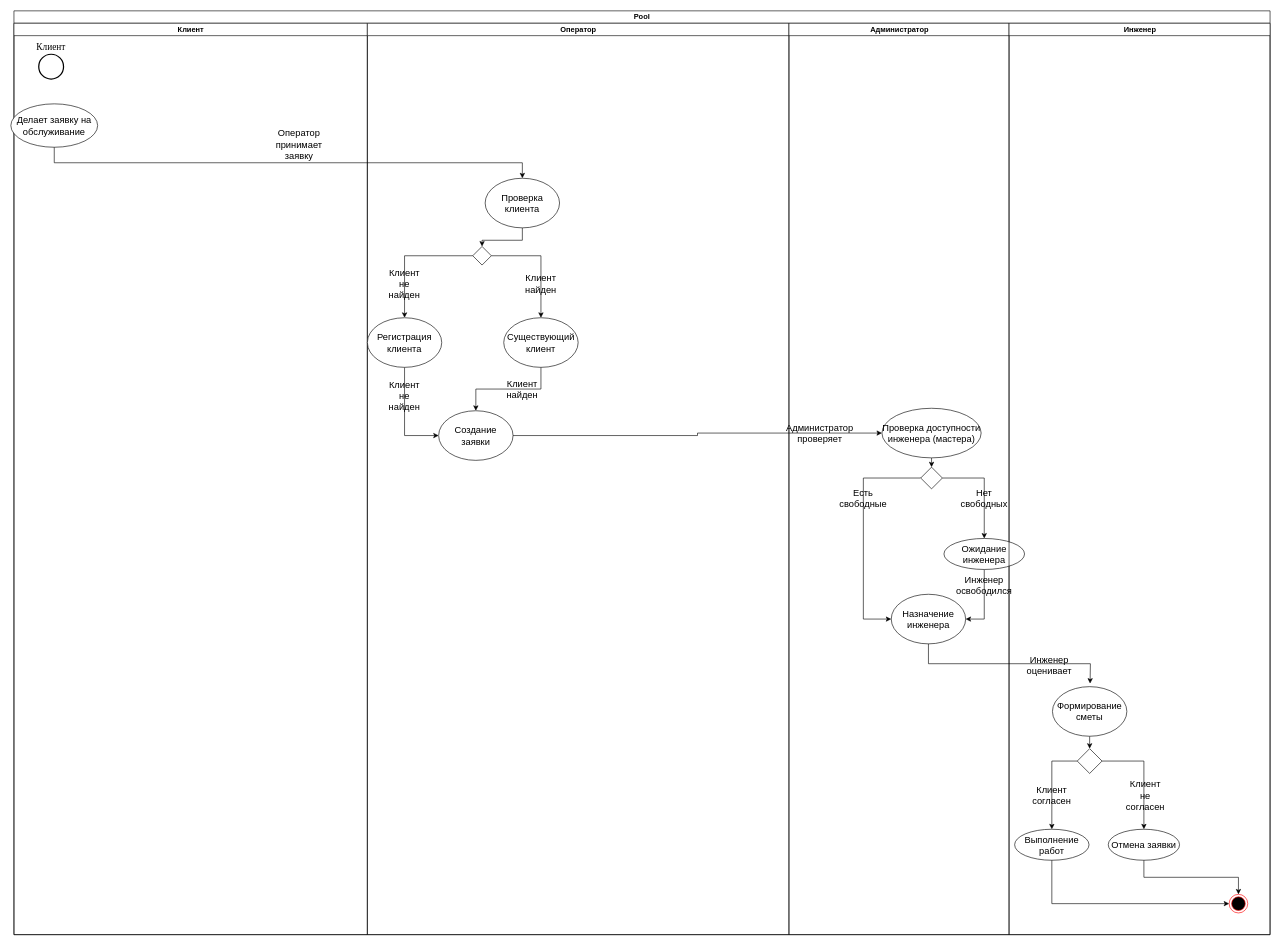
Earlier version of the draw.io diagram Диаграмма деятельности БД.drawio (HoveringTurtle/testrep). Source tidied: cells renumbered, new cells numbered last; positions are measured from the earlier drawing's top-left corner, leaving out a move shared by most shapes. Both pictures are drawn from the tidied source at 62%, with x=0, y=0 at pixel (11, 11).
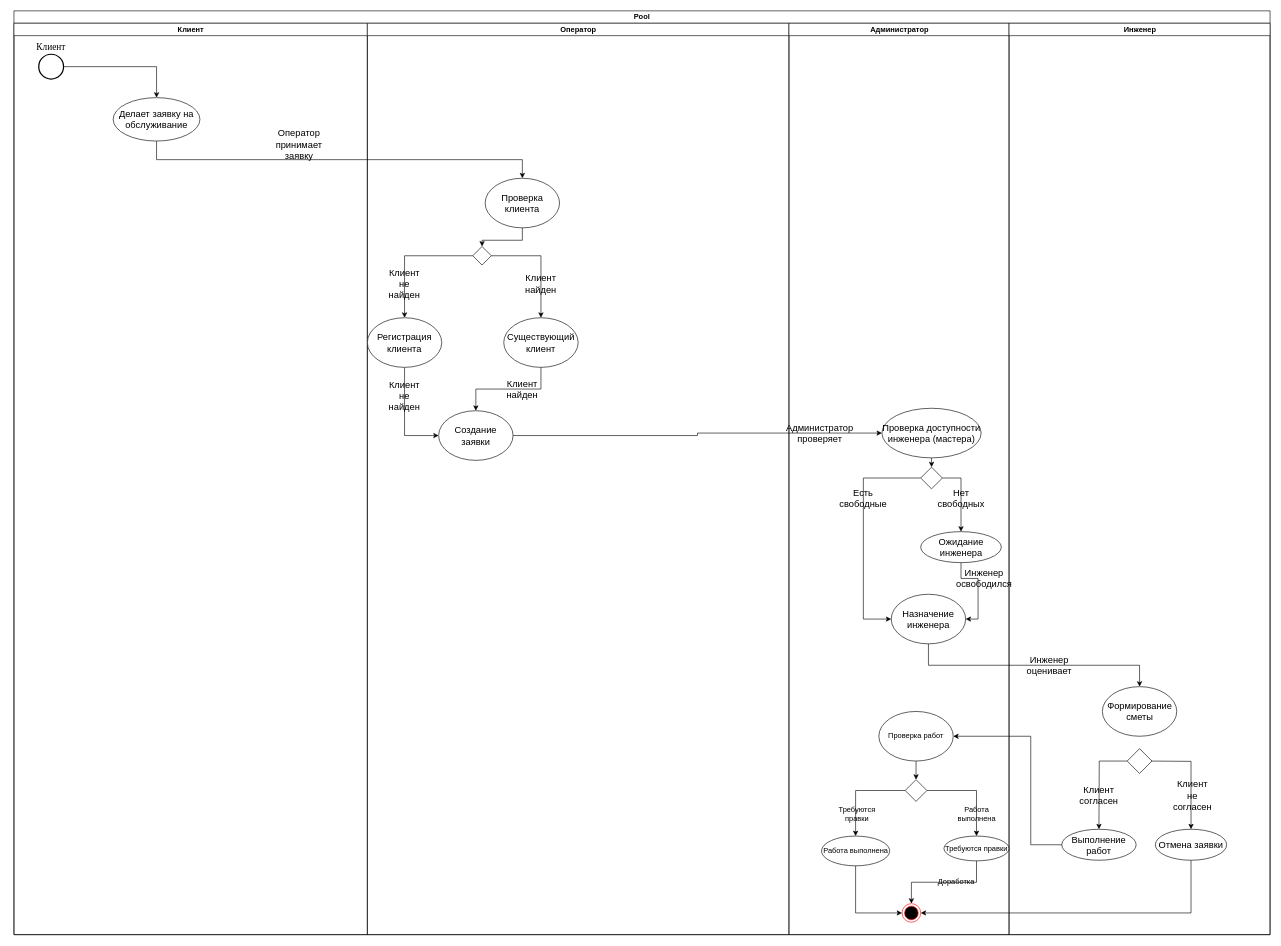
Above is the later version.

Unchanged cells that the change refers to:
```xml
<mxCell id="2" value="Pool" style="swimlane;html=1;startSize=20;whiteSpace=wrap;" parent="1" vertex="1">
  <mxGeometry x="5" width="2026" height="1490" as="geometry" />
</mxCell>
<mxCell id="3" value="Клиент" style="swimlane;html=1;startSize=20;" parent="2" vertex="1">
  <mxGeometry y="20" width="570" height="1470" as="geometry" />
</mxCell>
<mxCell id="4" value="&lt;font face=&quot;Times New Roman&quot;&gt;Клиент&lt;/font&gt;" style="strokeWidth=2;html=1;shape=mxgraph.flowchart.start_2;whiteSpace=wrap;labelPosition=center;verticalLabelPosition=top;align=center;verticalAlign=bottom;fontSize=15;" parent="3" vertex="1">
  <mxGeometry x="40" y="50" width="40" height="40" as="geometry" />
</mxCell>
<mxCell id="9" value="Проверка клиента" style="ellipse;whiteSpace=wrap;html=1;fontSize=15;" parent="7" vertex="1">
  <mxGeometry x="190" y="250" width="120" height="80" as="geometry" />
</mxCell>
<mxCell id="17" value="Создание заявки" style="ellipse;whiteSpace=wrap;html=1;fontSize=15;" parent="7" vertex="1">
  <mxGeometry x="115" y="625" width="120" height="80" as="geometry" />
</mxCell>
<mxCell id="22" value="Администратор" style="swimlane;html=1;startSize=20;" parent="2" vertex="1">
  <mxGeometry x="1250" y="20" width="355" height="1470" as="geometry" />
</mxCell>
<mxCell id="24" value="Проверка доступности инженера (мастера)" style="ellipse;whiteSpace=wrap;html=1;fontSize=15;" parent="22" vertex="1">
  <mxGeometry x="150" y="621" width="160" height="80" as="geometry" />
</mxCell>
<mxCell id="34" value="Назначение инженера" style="ellipse;whiteSpace=wrap;html=1;fontSize=15;" parent="22" vertex="1">
  <mxGeometry x="165" y="921" width="120" height="80" as="geometry" />
</mxCell>
<mxCell id="35" value="Инженер" style="swimlane;html=1;startSize=20;" parent="2" vertex="1">
  <mxGeometry x="1605" y="20" width="421" height="1470" as="geometry" />
</mxCell>
```

Diff of the diagram source:
```diff
@@
+    <mxCell id="52" style="edgeStyle=orthogonalEdgeStyle;rounded=0;jettySize=auto;html=1;exitX=1;exitY=0.5;exitDx=0;exitDy=0;exitPerimeter=0;entryX=0.5;entryY=0;entryDx=0;entryDy=0;" parent="3" edge="1" source="4" target="5">
+      <mxGeometry relative="1" as="geometry" />
+    </mxCell>
@@
     <mxCell id="5" value="Делает заявку на обслуживание" style="ellipse;whiteSpace=wrap;html=1;fontSize=15;" parent="3" vertex="1">
-      <mxGeometry x="-5" y="130" width="140" height="70" as="geometry" />
+      <mxGeometry x="160" y="120" width="140" height="70" as="geometry" />
     </mxCell>
@@
     <mxCell id="26" value="Нет свободных" style="text;html=1;align=center;verticalAlign=middle;whiteSpace=wrap;rounded=0;fontSize=15;" parent="22" vertex="1">
-      <mxGeometry x="285" y="751" width="60" height="30" as="geometry" />
+      <mxGeometry x="247.5" y="751" width="60" height="30" as="geometry" />
     </mxCell>
@@
     <mxCell id="29" value="Ожидание инженера" style="ellipse;whiteSpace=wrap;html=1;fontSize=15;" parent="22" vertex="1">
-      <mxGeometry x="250" y="831" width="130" height="50" as="geometry" />
+      <mxGeometry x="212.5" y="820" width="130" height="50" as="geometry" />
     </mxCell>
@@
     <mxCell id="33" value="Инженер освободился" style="text;html=1;align=center;verticalAlign=middle;whiteSpace=wrap;rounded=0;fontSize=15;" parent="22" vertex="1">
-      <mxGeometry x="285" y="891" width="60" height="30" as="geometry" />
+      <mxGeometry x="285" y="880" width="60" height="30" as="geometry" />
     </mxCell>
@@
+    <mxCell id="46" style="ellipse;html=1;shape=endState;fillColor=#000000;strokeColor=#ff0000;fontSize=15;" parent="22" vertex="1">
+      <mxGeometry x="182.5" y="1420" width="30" height="30" as="geometry" />
+    </mxCell>
+    <mxCell id="53" style="edgeStyle=orthogonalEdgeStyle;rounded=0;jettySize=auto;html=1;exitX=0.5;exitY=1;exitDx=0;exitDy=0;entryX=0.5;entryY=0;entryDx=0;entryDy=0;" parent="22" edge="1" source="54" target="57">
+      <mxGeometry relative="1" as="geometry" />
+    </mxCell>
+    <mxCell id="54" value="Проверка работ" style="ellipse;whiteSpace=wrap;html=1;" parent="22" vertex="1">
+      <mxGeometry x="145" y="1110" width="120" height="80" as="geometry" />
+    </mxCell>
+    <mxCell id="55" style="edgeStyle=orthogonalEdgeStyle;rounded=0;jettySize=auto;html=1;exitX=0;exitY=0.5;exitDx=0;exitDy=0;entryX=0.5;entryY=0;entryDx=0;entryDy=0;" parent="22" edge="1" source="57" target="59">
+      <mxGeometry relative="1" as="geometry" />
+    </mxCell>
+    <mxCell id="56" style="edgeStyle=orthogonalEdgeStyle;rounded=0;jettySize=auto;html=1;exitX=1;exitY=0.5;exitDx=0;exitDy=0;entryX=0.5;entryY=0;entryDx=0;entryDy=0;" parent="22" edge="1" source="57" target="61">
+      <mxGeometry relative="1" as="geometry" />
+    </mxCell>
+    <mxCell id="57" style="rhombus;whiteSpace=wrap;html=1;" parent="22" vertex="1">
+      <mxGeometry x="187.5" y="1220" width="35" height="35" as="geometry" />
+    </mxCell>
+    <mxCell id="58" style="edgeStyle=orthogonalEdgeStyle;rounded=0;jettySize=auto;html=1;exitX=0.5;exitY=1;exitDx=0;exitDy=0;entryX=0;entryY=0.5;entryDx=0;entryDy=0;" parent="22" edge="1" source="59" target="46">
+      <mxGeometry relative="1" as="geometry" />
+    </mxCell>
+    <mxCell id="59" value="Работа выполнена" style="ellipse;whiteSpace=wrap;html=1;" parent="22" vertex="1">
+      <mxGeometry x="52.5" y="1311" width="110" height="48" as="geometry" />
+    </mxCell>
+    <mxCell id="60" style="edgeStyle=orthogonalEdgeStyle;rounded=0;jettySize=auto;html=1;exitX=0.5;exitY=1;exitDx=0;exitDy=0;entryX=0.5;entryY=0;entryDx=0;entryDy=0;" parent="22" edge="1" source="61" target="46">
+      <mxGeometry relative="1" as="geometry" />
+    </mxCell>
+    <mxCell id="61" value="Требуются правки" style="ellipse;whiteSpace=wrap;html=1;" parent="22" vertex="1">
+      <mxGeometry x="250" y="1311" width="105" height="40" as="geometry" />
+    </mxCell>
+    <mxCell id="62" value="Требуются правки" style="text;html=1;align=center;verticalAlign=middle;whiteSpace=wrap;rounded=0;" parent="22" vertex="1">
+      <mxGeometry x="80" y="1260" width="60" height="30" as="geometry" />
+    </mxCell>
+    <mxCell id="63" value="Работа выполнена" style="text;html=1;align=center;verticalAlign=middle;whiteSpace=wrap;rounded=0;" parent="22" vertex="1">
+      <mxGeometry x="272.5" y="1260" width="60" height="30" as="geometry" />
+    </mxCell>
+    <mxCell id="64" value="Доработка" style="text;html=1;align=center;verticalAlign=middle;whiteSpace=wrap;rounded=0;" parent="22" vertex="1">
+      <mxGeometry x="240" y="1370" width="60" height="30" as="geometry" />
+    </mxCell>
+    <mxCell id="50" style="edgeStyle=orthogonalEdgeStyle;rounded=0;jettySize=auto;html=1;exitX=0.5;exitY=1;exitDx=0;exitDy=0;entryX=0.5;entryY=0;entryDx=0;entryDy=0;fontSize=15;" parent="2" edge="1" source="5" target="9">
+      <mxGeometry relative="1" as="geometry" />
+    </mxCell>
+    <mxCell id="51" style="edgeStyle=orthogonalEdgeStyle;rounded=0;jettySize=auto;html=1;exitX=1;exitY=0.5;exitDx=0;exitDy=0;entryX=0;entryY=0.5;entryDx=0;entryDy=0;fontSize=15;" parent="2" edge="1" source="17" target="24">
+      <mxGeometry relative="1" as="geometry" />
+    </mxCell>
+    <mxCell id="48" style="edgeStyle=orthogonalEdgeStyle;rounded=0;jettySize=auto;html=1;exitX=0.5;exitY=1;exitDx=0;exitDy=0;entryX=1;entryY=0.5;entryDx=0;entryDy=0;" parent="2" edge="1" source="44" target="46">
+      <mxGeometry relative="1" as="geometry" />
+    </mxCell>
+    <mxCell id="36" style="edgeStyle=orthogonalEdgeStyle;rounded=0;jettySize=auto;html=1;exitX=0.5;exitY=1;exitDx=0;exitDy=0;entryX=0.5;entryY=0;entryDx=0;entryDy=0;" parent="2" edge="1" source="34" target="38">
+      <mxGeometry relative="1" as="geometry" />
+    </mxCell>
@@
-    <mxCell id="36" style="edgeStyle=orthogonalEdgeStyle;rounded=0;jettySize=auto;html=1;exitX=0.5;exitY=1;exitDx=0;exitDy=0;" parent="35" edge="1" source="34">
-      <mxGeometry relative="1" as="geometry">
-        <mxPoint x="130.7" y="1065" as="targetPoint" />
-      </mxGeometry>
-    </mxCell>
-    <mxCell id="37" style="edgeStyle=orthogonalEdgeStyle;rounded=0;jettySize=auto;html=1;exitX=0.5;exitY=1;exitDx=0;exitDy=0;entryX=0.5;entryY=0;entryDx=0;entryDy=0;fontSize=15;" parent="35" edge="1" source="38" target="42">
-      <mxGeometry relative="1" as="geometry" />
-    </mxCell>
     <mxCell id="38" value="Формирование сметы" style="ellipse;whiteSpace=wrap;html=1;fontSize=15;" parent="35" vertex="1">
-      <mxGeometry x="70" y="1070" width="120" height="80" as="geometry" />
+      <mxGeometry x="150.5" y="1070" width="120" height="80" as="geometry" />
     </mxCell>
@@
-    <mxCell id="40" style="edgeStyle=orthogonalEdgeStyle;rounded=0;jettySize=auto;html=1;exitX=1;exitY=0.5;exitDx=0;exitDy=0;entryX=0.5;entryY=0;entryDx=0;entryDy=0;fontSize=15;" parent="35" edge="1" source="42" target="44">
-      <mxGeometry relative="1" as="geometry" />
+    <mxCell id="40" style="edgeStyle=orthogonalEdgeStyle;rounded=0;jettySize=auto;html=1;exitX=1;exitY=0.5;exitDx=0;exitDy=0;entryX=0.5;entryY=0;entryDx=0;entryDy=0;fontSize=15;" parent="35" edge="1" target="44">
+      <mxGeometry relative="1" as="geometry">
+        <mxPoint x="226" y="1190" as="sourcePoint" />
+      </mxGeometry>
     </mxCell>
-    <mxCell id="41" style="edgeStyle=orthogonalEdgeStyle;rounded=0;jettySize=auto;html=1;exitX=0;exitY=0.5;exitDx=0;exitDy=0;entryX=0.5;entryY=0;entryDx=0;entryDy=0;" parent="35" edge="1" source="42" target="45">
-      <mxGeometry relative="1" as="geometry" />
+    <mxCell id="41" style="edgeStyle=orthogonalEdgeStyle;rounded=0;jettySize=auto;html=1;exitX=0;exitY=0.5;exitDx=0;exitDy=0;entryX=0.5;entryY=0;entryDx=0;entryDy=0;" parent="35" edge="1" source="42">
+      <mxGeometry relative="1" as="geometry">
+        <mxPoint x="145" y="1300" as="targetPoint" />
+      </mxGeometry>
     </mxCell>
     <mxCell id="42" style="rhombus;whiteSpace=wrap;html=1;fontSize=15;" parent="35" vertex="1">
-      <mxGeometry x="110" y="1170" width="40" height="40" as="geometry" />
+      <mxGeometry x="190.5" y="1170" width="40" height="40" as="geometry" />
     </mxCell>
     <mxCell id="43" value="Клиент не согласен" style="text;html=1;align=center;verticalAlign=middle;whiteSpace=wrap;rounded=0;fontSize=15;" parent="35" vertex="1">
-      <mxGeometry x="190" y="1230" width="60" height="30" as="geometry" />
+      <mxGeometry x="266" y="1230" width="60" height="30" as="geometry" />
     </mxCell>
     <mxCell id="44" value="Отмена заявки" style="ellipse;whiteSpace=wrap;html=1;fontSize=15;" parent="35" vertex="1">
-      <mxGeometry x="160" y="1300" width="115" height="50" as="geometry" />
+      <mxGeometry x="236" y="1300" width="115" height="50" as="geometry" />
     </mxCell>
     <mxCell id="45" value="Выполнение работ" style="ellipse;whiteSpace=wrap;html=1;fontSize=15;" parent="35" vertex="1">
-      <mxGeometry x="9" y="1300" width="120" height="50" as="geometry" />
+      <mxGeometry x="85" y="1300" width="120" height="50" as="geometry" />
     </mxCell>
-    <mxCell id="46" style="ellipse;html=1;shape=endState;fillColor=#000000;strokeColor=#ff0000;fontSize=15;" parent="35" vertex="1">
-      <mxGeometry x="355" y="1405" width="30" height="30" as="geometry" />
-    </mxCell>
-    <mxCell id="47" style="edgeStyle=orthogonalEdgeStyle;rounded=0;jettySize=auto;html=1;exitX=0.5;exitY=1;exitDx=0;exitDy=0;entryX=0;entryY=0.5;entryDx=0;entryDy=0;" parent="35" edge="1" source="45" target="46">
-      <mxGeometry relative="1" as="geometry" />
-    </mxCell>
-    <mxCell id="48" style="edgeStyle=orthogonalEdgeStyle;rounded=0;jettySize=auto;html=1;exitX=0.5;exitY=1;exitDx=0;exitDy=0;entryX=0.5;entryY=0;entryDx=0;entryDy=0;" parent="35" edge="1" source="44" target="46">
-      <mxGeometry relative="1" as="geometry" />
-    </mxCell>
     <mxCell id="49" value="Клиент согласен" style="text;html=1;align=center;verticalAlign=middle;whiteSpace=wrap;rounded=0;fontSize=15;" parent="35" vertex="1">
-      <mxGeometry x="39" y="1230" width="60" height="30" as="geometry" />
+      <mxGeometry x="115" y="1230" width="60" height="30" as="geometry" />
     </mxCell>
-    <mxCell id="50" style="edgeStyle=orthogonalEdgeStyle;rounded=0;jettySize=auto;html=1;exitX=0.5;exitY=1;exitDx=0;exitDy=0;entryX=0.5;entryY=0;entryDx=0;entryDy=0;fontSize=15;" parent="2" edge="1" source="5" target="9">
-      <mxGeometry relative="1" as="geometry" />
-    </mxCell>
-    <mxCell id="51" style="edgeStyle=orthogonalEdgeStyle;rounded=0;jettySize=auto;html=1;exitX=1;exitY=0.5;exitDx=0;exitDy=0;entryX=0;entryY=0.5;entryDx=0;entryDy=0;fontSize=15;" parent="2" edge="1" source="17" target="24">
-      <mxGeometry relative="1" as="geometry" />
-    </mxCell>
+    <mxCell id="65" style="edgeStyle=orthogonalEdgeStyle;rounded=0;jettySize=auto;html=1;exitX=0;exitY=0.5;exitDx=0;exitDy=0;entryX=1;entryY=0.5;entryDx=0;entryDy=0;" parent="2" edge="1" source="45" target="54">
+      <mxGeometry relative="1" as="geometry">
+        <Array as="points">
+          <mxPoint x="1640" y="1345" />
+          <mxPoint x="1640" y="1170" />
+        </Array>
+      </mxGeometry>
+    </mxCell>
```
